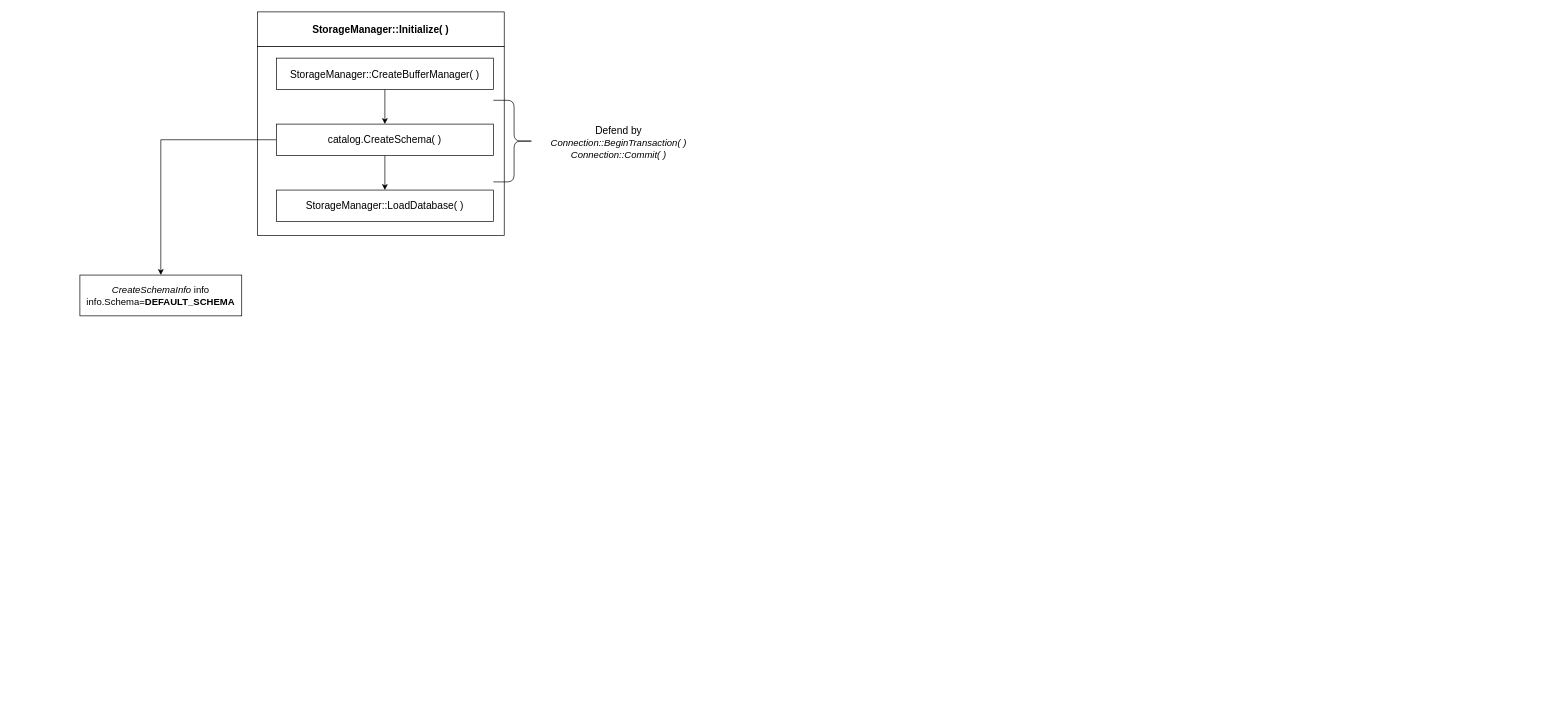
Earlier version of the draw.io diagram duckdb.drawio (Holworth/DrawIO). Source tidied: cells renumbered, new cells numbered last; positions are measured from the earlier drawing's top-left corner, leaving out a move shared by most shapes. Both pictures are drawn from the tidied source at 68%, with x=0, y=0 at pixel (80, 12).
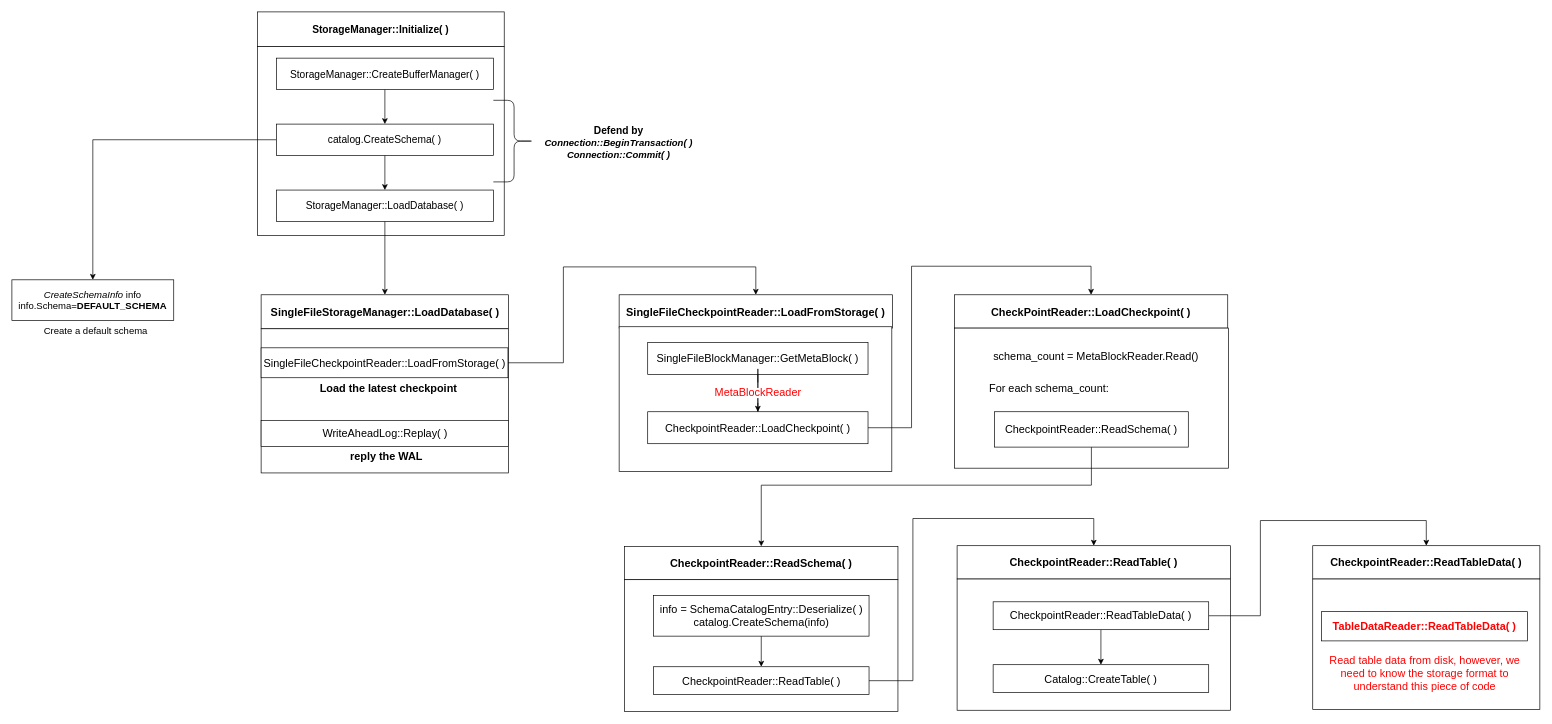
The same page after the edit.

The change refers to these unchanged cells:
```xml
<mxCell id="9" value="StorageManager::LoadDatabase( )" style="rounded=0;whiteSpace=wrap;html=1;fontSize=15;" parent="1" vertex="1">
  <mxGeometry x="289" y="262" width="319" height="46" as="geometry" />
</mxCell>
```

Change to the diagram source:
```diff
@@
+    <mxCell id="13" style="edgeStyle=orthogonalEdgeStyle;rounded=0;jettySize=auto;html=1;entryX=0.5;entryY=0;entryDx=0;entryDy=0;fontSize=16;" parent="1" edge="1" source="9" target="15">
+      <mxGeometry relative="1" as="geometry" />
+    </mxCell>
@@
-    <mxCell id="11" value="Defend by &lt;i&gt;&lt;font style=&quot;font-size: 14px;&quot;&gt;Connection::BeginTransaction( ) Connection::Commit( )&lt;/font&gt;&lt;/i&gt;" style="text;html=1;strokeColor=none;fillColor=none;align=center;verticalAlign=middle;whiteSpace=wrap;rounded=0;fontSize=15;" parent="1" vertex="1">
+    <mxCell id="11" value="&lt;b&gt;Defend by &lt;i&gt;&lt;font style=&quot;font-size: 14px;&quot;&gt;Connection::BeginTransaction( ) Connection::Commit( )&lt;/font&gt;&lt;/i&gt;&lt;/b&gt;" style="text;html=1;strokeColor=none;fillColor=none;align=center;verticalAlign=middle;whiteSpace=wrap;rounded=0;fontSize=15;" parent="1" vertex="1">
       <mxGeometry x="675" y="177" width="235" height="30" as="geometry" />
     </mxCell>
     <mxCell id="12" value="&lt;i&gt;CreateSchemaInfo&lt;/i&gt; info&lt;br&gt;info.Schema=&lt;b&gt;DEFAULT_SCHEMA&lt;/b&gt;" style="rounded=0;whiteSpace=wrap;html=1;fontSize=14;" parent="1" vertex="1">
-      <mxGeometry y="387" width="238" height="60" as="geometry" />
+      <mxGeometry x="-100" y="394" width="238" height="60" as="geometry" />
     </mxCell>
+    <mxCell id="14" value="&lt;font style=&quot;font-size: 14px;&quot;&gt;Create a default schema&lt;/font&gt;" style="text;html=1;strokeColor=none;fillColor=none;align=center;verticalAlign=middle;whiteSpace=wrap;rounded=0;" parent="1" vertex="1">
+      <mxGeometry x="-68" y="454" width="183" height="30" as="geometry" />
+    </mxCell>
+    <mxCell id="15" value="&lt;font style=&quot;font-size: 16px;&quot;&gt;&lt;b&gt;SingleFileStorageManager::LoadDatabase( )&lt;/b&gt;&lt;/font&gt;" style="rounded=0;whiteSpace=wrap;html=1;fontSize=14;" parent="1" vertex="1">
+      <mxGeometry x="266.5" y="416" width="364" height="50" as="geometry" />
+    </mxCell>
+    <mxCell id="16" style="rounded=0;whiteSpace=wrap;html=1;fontSize=16;" parent="1" vertex="1">
+      <mxGeometry x="266.5" y="466" width="364" height="212" as="geometry" />
+    </mxCell>
+    <mxCell id="17" style="edgeStyle=orthogonalEdgeStyle;rounded=0;jettySize=auto;html=1;entryX=0.5;entryY=0;entryDx=0;entryDy=0;fontSize=16;" parent="1" edge="1" source="18" target="22">
+      <mxGeometry relative="1" as="geometry">
+        <Array as="points">
+          <mxPoint x="711" y="516" />
+          <mxPoint x="711" y="375" />
+          <mxPoint x="994" y="375" />
+        </Array>
+      </mxGeometry>
+    </mxCell>
+    <mxCell id="18" value="SingleFileCheckpointReader::LoadFromStorage( )" style="rounded=0;whiteSpace=wrap;html=1;fontSize=16;" parent="1" vertex="1">
+      <mxGeometry x="266.5" y="494" width="363" height="44" as="geometry" />
+    </mxCell>
+    <mxCell id="19" value="WriteAheadLog::Replay( )" style="rounded=0;whiteSpace=wrap;html=1;fontSize=16;" parent="1" vertex="1">
+      <mxGeometry x="266.5" y="601" width="364" height="38" as="geometry" />
+    </mxCell>
+    <mxCell id="20" value="&lt;b&gt;Load the latest checkpoint&lt;/b&gt;" style="text;html=1;strokeColor=none;fillColor=none;align=center;verticalAlign=middle;whiteSpace=wrap;rounded=0;fontSize=16;" parent="1" vertex="1">
+      <mxGeometry x="344" y="538.5" width="220" height="30" as="geometry" />
+    </mxCell>
+    <mxCell id="21" value="&lt;b&gt;reply the WAL&lt;/b&gt;" style="text;html=1;strokeColor=none;fillColor=none;align=center;verticalAlign=middle;whiteSpace=wrap;rounded=0;fontSize=16;" parent="1" vertex="1">
+      <mxGeometry x="341" y="639" width="220" height="30" as="geometry" />
+    </mxCell>
+    <mxCell id="22" value="&lt;b&gt;SingleFileCheckpointReader::LoadFromStorage( )&lt;/b&gt;" style="rounded=0;whiteSpace=wrap;html=1;fontSize=16;" parent="1" vertex="1">
+      <mxGeometry x="793" y="416" width="402" height="49" as="geometry" />
+    </mxCell>
+    <mxCell id="23" style="rounded=0;whiteSpace=wrap;html=1;fontSize=16;" parent="1" vertex="1">
+      <mxGeometry x="793" y="463" width="401" height="213" as="geometry" />
+    </mxCell>
+    <mxCell id="24" style="edgeStyle=orthogonalEdgeStyle;rounded=0;jettySize=auto;html=1;entryX=0.5;entryY=0;entryDx=0;entryDy=0;fontSize=16;startArrow=none;" parent="1" edge="1" source="28" target="27">
+      <mxGeometry relative="1" as="geometry" />
+    </mxCell>
+    <mxCell id="25" value="SingleFileBlockManager::GetMetaBlock( )" style="rounded=0;whiteSpace=wrap;html=1;fontSize=16;" parent="1" vertex="1">
+      <mxGeometry x="835" y="486" width="324" height="47" as="geometry" />
+    </mxCell>
+    <mxCell id="26" style="edgeStyle=orthogonalEdgeStyle;rounded=0;jettySize=auto;html=1;entryX=0.5;entryY=0;entryDx=0;entryDy=0;fontSize=16;fontColor=#000000;" parent="1" edge="1" source="27" target="30">
+      <mxGeometry relative="1" as="geometry">
+        <Array as="points">
+          <mxPoint x="1223" y="612" />
+          <mxPoint x="1223" y="374" />
+          <mxPoint x="1487" y="374" />
+        </Array>
+      </mxGeometry>
+    </mxCell>
+    <mxCell id="27" value="CheckpointReader::LoadCheckpoint( )" style="rounded=0;whiteSpace=wrap;html=1;fontSize=16;" parent="1" vertex="1">
+      <mxGeometry x="835" y="588" width="324" height="47" as="geometry" />
+    </mxCell>
+    <mxCell id="28" value="&lt;font color=&quot;#ff0000&quot;&gt;MetaBlockReader&lt;/font&gt;" style="text;html=1;strokeColor=none;fillColor=none;align=center;verticalAlign=middle;whiteSpace=wrap;rounded=0;fontSize=16;" parent="1" vertex="1">
+      <mxGeometry x="915.5" y="545" width="163" height="30" as="geometry" />
+    </mxCell>
+    <mxCell id="29" style="edgeStyle=orthogonalEdgeStyle;rounded=0;jettySize=auto;html=1;entryX=0.5;entryY=0;entryDx=0;entryDy=0;fontSize=16;endArrow=none;" parent="1" edge="1" source="25" target="28">
+      <mxGeometry relative="1" as="geometry" />
+    </mxCell>
+    <mxCell id="30" value="&lt;b&gt;CheckPointReader::LoadCheckpoint( )&lt;/b&gt;" style="rounded=0;whiteSpace=wrap;html=1;fontSize=16;" parent="1" vertex="1">
+      <mxGeometry x="1286" y="416" width="402" height="49" as="geometry" />
+    </mxCell>
+    <mxCell id="31" style="rounded=0;whiteSpace=wrap;html=1;fontSize=16;fontColor=#FF0000;" parent="1" vertex="1">
+      <mxGeometry x="1286" y="465" width="403" height="206" as="geometry" />
+    </mxCell>
+    <mxCell id="32" value="&lt;font color=&quot;#000000&quot;&gt;schema_count = MetaBlockReader.Read()&lt;/font&gt;" style="text;html=1;strokeColor=none;fillColor=none;align=center;verticalAlign=middle;whiteSpace=wrap;rounded=0;fontSize=16;fontColor=#FF0000;" parent="1" vertex="1">
+      <mxGeometry x="1327" y="491" width="335" height="30" as="geometry" />
+    </mxCell>
+    <mxCell id="33" value="For each schema_count:" style="text;html=1;strokeColor=none;fillColor=none;align=center;verticalAlign=middle;whiteSpace=wrap;rounded=0;fontSize=16;fontColor=#000000;" parent="1" vertex="1">
+      <mxGeometry x="1304" y="538" width="243" height="30" as="geometry" />
+    </mxCell>
+    <mxCell id="34" style="edgeStyle=orthogonalEdgeStyle;rounded=0;jettySize=auto;html=1;fontSize=16;fontColor=#FF0000;" parent="1" edge="1" source="35" target="36">
+      <mxGeometry relative="1" as="geometry">
+        <Array as="points">
+          <mxPoint x="1487" y="696" />
+          <mxPoint x="1002" y="696" />
+        </Array>
+      </mxGeometry>
+    </mxCell>
+    <mxCell id="35" value="CheckpointReader::ReadSchema( )" style="rounded=0;whiteSpace=wrap;html=1;fontSize=16;fontColor=#000000;" parent="1" vertex="1">
+      <mxGeometry x="1345" y="588" width="285" height="52" as="geometry" />
+    </mxCell>
+    <mxCell id="36" value="&lt;b&gt;CheckpointReader::ReadSchema( )&lt;/b&gt;" style="rounded=0;whiteSpace=wrap;html=1;fontSize=16;" parent="1" vertex="1">
+      <mxGeometry x="801" y="786" width="402" height="49" as="geometry" />
+    </mxCell>
+    <mxCell id="37" style="rounded=0;whiteSpace=wrap;html=1;fontSize=16;fontColor=#000000;" parent="1" vertex="1">
+      <mxGeometry x="801" y="835" width="402" height="194" as="geometry" />
+    </mxCell>
+    <mxCell id="38" style="edgeStyle=orthogonalEdgeStyle;rounded=0;jettySize=auto;html=1;entryX=0.5;entryY=0;entryDx=0;entryDy=0;fontSize=16;fontColor=#000000;" parent="1" edge="1" source="39" target="41">
+      <mxGeometry relative="1" as="geometry" />
+    </mxCell>
+    <mxCell id="39" value="info = SchemaCatalogEntry::Deserialize( )&lt;br&gt;catalog.CreateSchema(info)" style="rounded=0;whiteSpace=wrap;html=1;fontSize=16;fontColor=#000000;" parent="1" vertex="1">
+      <mxGeometry x="843.5" y="858" width="317" height="60" as="geometry" />
+    </mxCell>
+    <mxCell id="40" style="edgeStyle=orthogonalEdgeStyle;rounded=0;jettySize=auto;html=1;entryX=0.5;entryY=0;entryDx=0;entryDy=0;fontSize=16;fontColor=#000000;" parent="1" edge="1" source="41" target="42">
+      <mxGeometry relative="1" as="geometry">
+        <Array as="points">
+          <mxPoint x="1225" y="983" />
+          <mxPoint x="1225" y="745" />
+          <mxPoint x="1491" y="745" />
+        </Array>
+      </mxGeometry>
+    </mxCell>
+    <mxCell id="41" value="CheckpointReader::ReadTable( )" style="rounded=0;whiteSpace=wrap;html=1;fontSize=16;fontColor=#000000;" parent="1" vertex="1">
+      <mxGeometry x="843.5" y="963" width="317" height="41" as="geometry" />
+    </mxCell>
+    <mxCell id="42" value="&lt;b&gt;CheckpointReader::ReadTable( )&lt;/b&gt;" style="rounded=0;whiteSpace=wrap;html=1;fontSize=16;" parent="1" vertex="1">
+      <mxGeometry x="1290" y="785" width="402" height="49" as="geometry" />
+    </mxCell>
+    <mxCell id="43" style="rounded=0;whiteSpace=wrap;html=1;fontSize=16;fontColor=#000000;" parent="1" vertex="1">
+      <mxGeometry x="1290" y="834" width="402" height="193" as="geometry" />
+    </mxCell>
+    <mxCell id="44" style="edgeStyle=orthogonalEdgeStyle;rounded=0;jettySize=auto;html=1;fontSize=16;fontColor=#000000;" parent="1" edge="1" source="46" target="47">
+      <mxGeometry relative="1" as="geometry" />
+    </mxCell>
+    <mxCell id="45" style="edgeStyle=orthogonalEdgeStyle;rounded=0;jettySize=auto;html=1;entryX=0.5;entryY=0;entryDx=0;entryDy=0;fontSize=16;fontColor=#FF0000;" parent="1" edge="1" source="46" target="48">
+      <mxGeometry relative="1" as="geometry">
+        <Array as="points">
+          <mxPoint x="1736" y="888" />
+          <mxPoint x="1736" y="748" />
+          <mxPoint x="1980" y="748" />
+        </Array>
+      </mxGeometry>
+    </mxCell>
+    <mxCell id="46" value="CheckpointReader::ReadTableData( )" style="rounded=0;whiteSpace=wrap;html=1;fontSize=16;fontColor=#000000;" parent="1" vertex="1">
+      <mxGeometry x="1343" y="867.5" width="317" height="41" as="geometry" />
+    </mxCell>
+    <mxCell id="47" value="Catalog::CreateTable( )" style="rounded=0;whiteSpace=wrap;html=1;fontSize=16;fontColor=#000000;" parent="1" vertex="1">
+      <mxGeometry x="1343" y="960" width="317" height="41" as="geometry" />
+    </mxCell>
+    <mxCell id="48" value="&lt;b&gt;CheckpointReader::ReadTableData( )&lt;/b&gt;" style="rounded=0;whiteSpace=wrap;html=1;fontSize=16;" parent="1" vertex="1">
+      <mxGeometry x="1813" y="785" width="334" height="49" as="geometry" />
+    </mxCell>
+    <mxCell id="49" style="rounded=0;whiteSpace=wrap;html=1;fontSize=16;fontColor=#000000;" parent="1" vertex="1">
+      <mxGeometry x="1813" y="834" width="334" height="192" as="geometry" />
+    </mxCell>
+    <mxCell id="50" value="&lt;b&gt;&lt;font color=&quot;#ff0000&quot;&gt;TableDataReader::ReadTableData( )&lt;/font&gt;&lt;/b&gt;" style="rounded=0;whiteSpace=wrap;html=1;fontSize=16;fontColor=#000000;" parent="1" vertex="1">
+      <mxGeometry x="1826" y="882" width="303" height="43" as="geometry" />
+    </mxCell>
+    <mxCell id="51" value="Read table data from disk, however, we need to know the storage format to understand this piece of code" style="text;html=1;strokeColor=none;fillColor=none;align=center;verticalAlign=middle;whiteSpace=wrap;rounded=0;fontSize=16;fontColor=#FF0000;" parent="1" vertex="1">
+      <mxGeometry x="1826" y="957" width="304" height="30" as="geometry" />
+    </mxCell>
```
